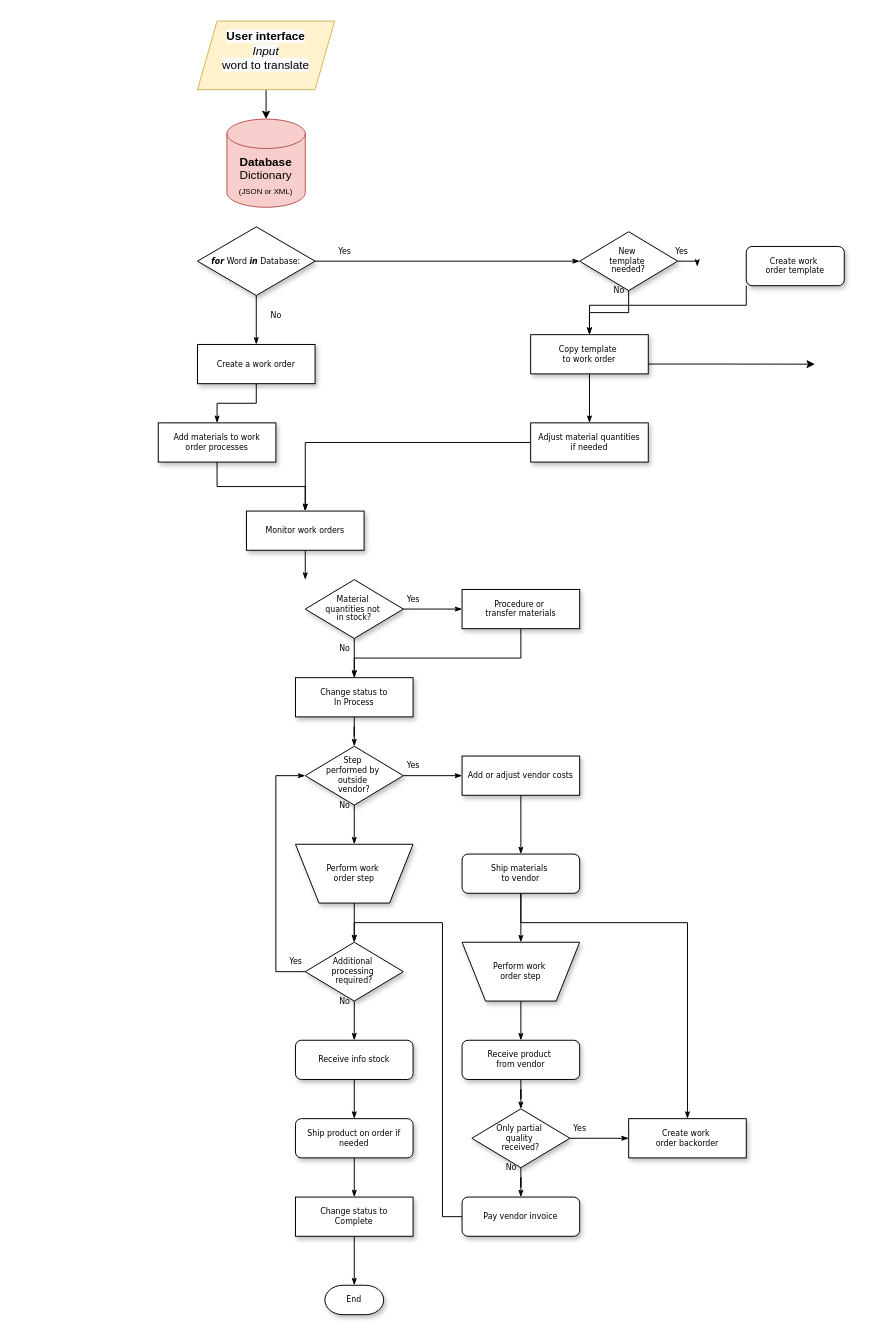
Earlier version of the draw.io diagram Untitled Diagram.drawio (DanZech/45-Learning-Code). Source tidied: cells renumbered, new cells numbered last; positions are measured from the earlier drawing's top-left corner, leaving out a move shared by most shapes. Both pictures are drawn from the tidied source at 98%, with x=0, y=0 at pixel (158, 21).
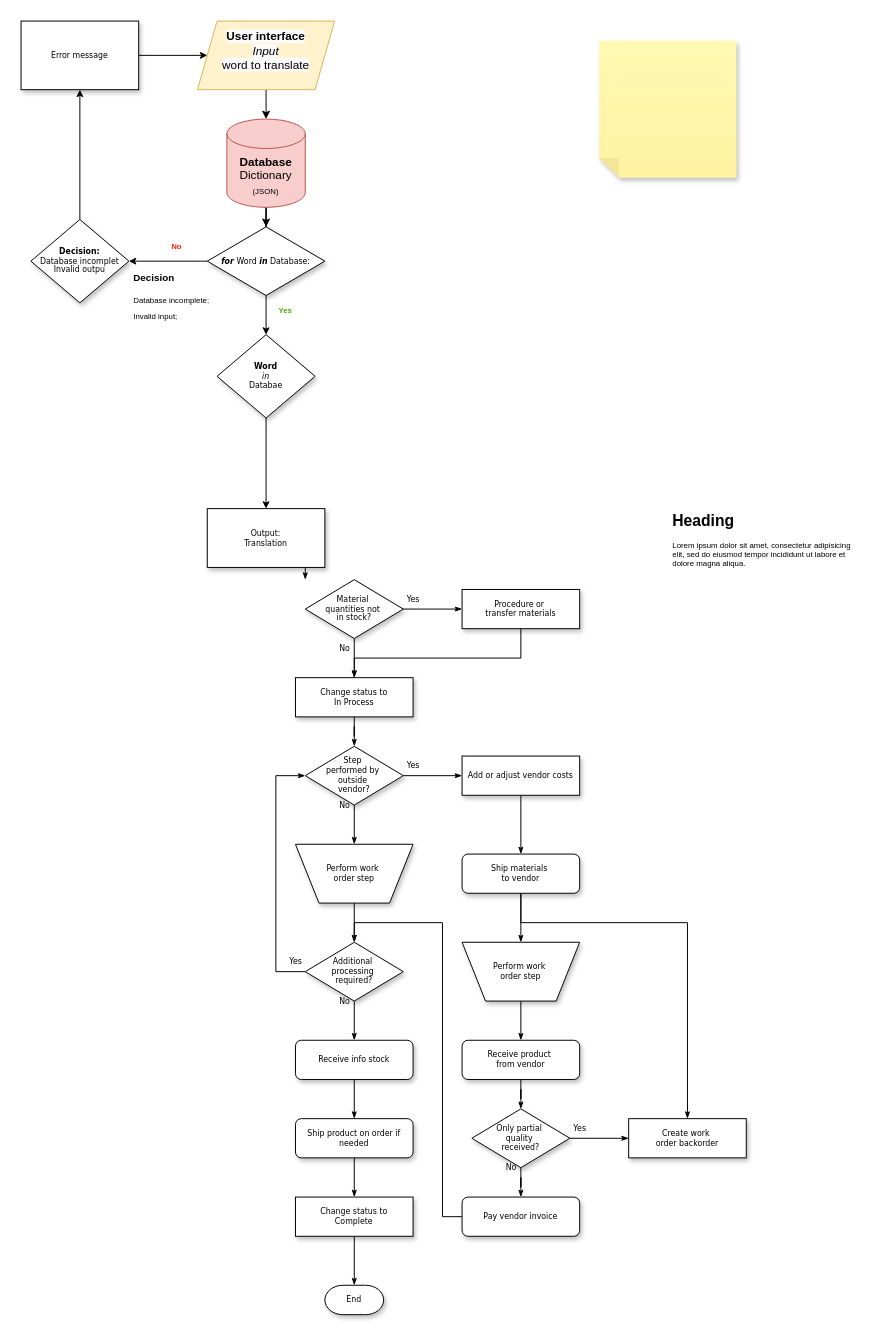
Above is the later version.

The change refers to these unchanged cells:
```xml
<mxCell id="60" value="&#10;&lt;b style=&quot;border-color: var(--border-color); color: rgb(0, 0, 0); font-family: Helvetica; font-size: 12px; font-style: normal; font-variant-ligatures: normal; font-variant-caps: normal; letter-spacing: normal; orphans: 2; text-align: center; text-indent: 0px; text-transform: none; widows: 2; word-spacing: 0px; -webkit-text-stroke-width: 0px; background-color: rgb(251, 251, 251); text-decoration-thickness: initial; text-decoration-style: initial; text-decoration-color: initial;&quot;&gt;User interface&lt;/b&gt;&lt;br style=&quot;border-color: var(--border-color); color: rgb(0, 0, 0); font-family: Helvetica; font-size: 12px; font-style: normal; font-variant-ligatures: normal; font-variant-caps: normal; font-weight: 400; letter-spacing: normal; orphans: 2; text-align: center; text-indent: 0px; text-transform: none; widows: 2; word-spacing: 0px; -webkit-text-stroke-width: 0px; background-color: rgb(251, 251, 251); text-decoration-thickness: initial; text-decoration-style: initial; text-decoration-color: initial;&quot;&gt;&lt;i style=&quot;border-color: var(--border-color); color: rgb(0, 0, 0); font-family: Helvetica; font-size: 12px; font-variant-ligatures: normal; font-variant-caps: normal; font-weight: 400; letter-spacing: normal; orphans: 2; text-align: center; text-indent: 0px; text-transform: none; widows: 2; word-spacing: 0px; -webkit-text-stroke-width: 0px; background-color: rgb(251, 251, 251); text-decoration-thickness: initial; text-decoration-style: initial; text-decoration-color: initial;&quot;&gt;Input&lt;/i&gt;&lt;span style=&quot;color: rgb(0, 0, 0); font-family: Helvetica; font-size: 12px; font-style: normal; font-variant-ligatures: normal; font-variant-caps: normal; font-weight: 400; letter-spacing: normal; orphans: 2; text-align: center; text-indent: 0px; text-transform: none; widows: 2; word-spacing: 0px; -webkit-text-stroke-width: 0px; background-color: rgb(251, 251, 251); text-decoration-thickness: initial; text-decoration-style: initial; text-decoration-color: initial; float: none; display: inline !important;&quot;&gt;&lt;/span&gt;&lt;br style=&quot;border-color: var(--border-color); color: rgb(0, 0, 0); font-family: Helvetica; font-size: 12px; font-style: normal; font-variant-ligatures: normal; font-variant-caps: normal; font-weight: 400; letter-spacing: normal; orphans: 2; text-align: center; text-indent: 0px; text-transform: none; widows: 2; word-spacing: 0px; -webkit-text-stroke-width: 0px; background-color: rgb(251, 251, 251); text-decoration-thickness: initial; text-decoration-style: initial; text-decoration-color: initial;&quot;&gt;&lt;span style=&quot;color: rgb(0, 0, 0); font-family: Helvetica; font-size: 12px; font-style: normal; font-variant-ligatures: normal; font-variant-caps: normal; font-weight: 400; letter-spacing: normal; orphans: 2; text-align: center; text-indent: 0px; text-transform: none; widows: 2; word-spacing: 0px; -webkit-text-stroke-width: 0px; background-color: rgb(251, 251, 251); text-decoration-thickness: initial; text-decoration-style: initial; text-decoration-color: initial; float: none; display: inline !important;&quot;&gt;word to translate&lt;/span&gt;&#10;&#10;" style="shape=parallelogram;perimeter=parallelogramPerimeter;whiteSpace=wrap;html=1;fixedSize=1;fontSize=8;fillColor=#fff2cc;strokeColor=#d6b656;" parent="1" vertex="1">
  <mxGeometry x="40" width="140" height="70" as="geometry" />
</mxCell>
```

Diff of the diagram source:
```diff
@@
-    <mxCell id="2" value="Yes" style="edgeStyle=orthogonalEdgeStyle;rounded=0;html=1;labelBackgroundColor=none;startSize=5;endArrow=classicThin;endFill=1;endSize=5;jettySize=auto;strokeWidth=1;fontFamily=Verdana;fontSize=8;" parent="1" edge="1" source="4" target="7">
-      <mxGeometry x="-0.78" y="10" relative="1" as="geometry" />
-    </mxCell>
-    <mxCell id="3" value="No" style="edgeStyle=orthogonalEdgeStyle;rounded=0;html=1;labelBackgroundColor=none;startSize=5;endArrow=classicThin;endFill=1;endSize=5;jettySize=auto;strokeWidth=1;fontFamily=Verdana;fontSize=8;" parent="1" edge="1" source="4" target="11">
-      <mxGeometry x="-0.2" y="20" relative="1" as="geometry" />
-    </mxCell>
+    <mxCell id="61" style="edgeStyle=orthogonalEdgeStyle;rounded=0;jettySize=auto;html=1;shadow=0;fontSize=8;endSize=5;" parent="1" edge="1" source="4" target="67">
+      <mxGeometry relative="1" as="geometry" />
+    </mxCell>
+    <mxCell id="62" style="edgeStyle=orthogonalEdgeStyle;rounded=0;jettySize=auto;html=1;shadow=0;fontSize=10;endSize=5;" parent="1" edge="1" source="4" target="73">
+      <mxGeometry relative="1" as="geometry" />
+    </mxCell>
     <mxCell id="4" value="&amp;nbsp;&lt;b&gt;&lt;i&gt;for&amp;nbsp;&lt;/i&gt;&lt;/b&gt;Word &lt;b style=&quot;font-style: italic;&quot;&gt;in&lt;/b&gt;&amp;nbsp;Database:&lt;i&gt;&amp;nbsp;&lt;/i&gt;" style="rhombus;whiteSpace=wrap;html=1;rounded=0;shadow=1;labelBackgroundColor=none;strokeWidth=1;fontFamily=Verdana;fontSize=8;align=center;" parent="1" vertex="1">
-      <mxGeometry x="40" y="210" width="120" height="70" as="geometry" />
+      <mxGeometry x="50" y="210" width="120" height="70" as="geometry" />
     </mxCell>
-    <mxCell id="5" value="Yes" style="edgeStyle=orthogonalEdgeStyle;rounded=0;html=1;labelBackgroundColor=none;startSize=5;endArrow=classicThin;endFill=1;endSize=5;jettySize=auto;strokeWidth=1;fontFamily=Verdana;fontSize=8;" parent="1" edge="1" source="7">
-      <mxGeometry x="-0.67" y="10" relative="1" as="geometry">
-        <mxPoint x="550" y="250" as="targetPoint" />
-      </mxGeometry>
-    </mxCell>
-    <mxCell id="6" value="No" style="edgeStyle=orthogonalEdgeStyle;rounded=0;html=1;labelBackgroundColor=none;startSize=5;endArrow=classicThin;endFill=1;endSize=5;jettySize=auto;strokeWidth=1;fontFamily=Verdana;fontSize=8;" parent="1" edge="1" source="7" target="14">
-      <mxGeometry x="-1" y="-10" relative="1" as="geometry" />
-    </mxCell>
-    <mxCell id="7" value="New&amp;nbsp;&lt;div&gt;template&amp;nbsp;&lt;/div&gt;&lt;div&gt;needed?&lt;/div&gt;" style="rhombus;whiteSpace=wrap;html=1;rounded=0;shadow=1;labelBackgroundColor=none;strokeWidth=1;fontFamily=Verdana;fontSize=8;align=center;" parent="1" vertex="1">
-      <mxGeometry x="430" y="215" width="100" height="60" as="geometry" />
-    </mxCell>
-    <mxCell id="8" style="edgeStyle=orthogonalEdgeStyle;rounded=0;html=1;labelBackgroundColor=none;startSize=5;endArrow=classicThin;endFill=1;endSize=5;jettySize=auto;strokeWidth=1;fontFamily=Verdana;fontSize=8;" parent="1" edge="1" target="14">
-      <mxGeometry relative="1" as="geometry">
-        <mxPoint x="600" y="270" as="sourcePoint" />
-        <Array as="points">
-          <mxPoint x="600" y="290" />
-          <mxPoint x="440" y="290" />
-        </Array>
-      </mxGeometry>
-    </mxCell>
-    <mxCell id="9" value="Create work&amp;nbsp;&lt;div&gt;order template&lt;/div&gt;" style="rounded=1;whiteSpace=wrap;html=1;shadow=1;labelBackgroundColor=none;strokeWidth=1;fontFamily=Verdana;fontSize=8;align=center;" parent="1" vertex="1">
-      <mxGeometry x="600" y="230" width="100" height="40" as="geometry" />
-    </mxCell>
-    <mxCell id="10" style="edgeStyle=orthogonalEdgeStyle;rounded=0;html=1;labelBackgroundColor=none;startSize=5;endArrow=classicThin;endFill=1;endSize=5;jettySize=auto;strokeWidth=1;fontFamily=Verdana;fontSize=8;" parent="1" edge="1" source="11" target="16">
-      <mxGeometry relative="1" as="geometry" />
-    </mxCell>
-    <mxCell id="11" value="Create a work order" style="whiteSpace=wrap;html=1;rounded=0;shadow=1;labelBackgroundColor=none;strokeWidth=1;fontFamily=Verdana;fontSize=8;align=center;" parent="1" vertex="1">
-      <mxGeometry x="40" y="330" width="120" height="40" as="geometry" />
-    </mxCell>
-    <mxCell id="12" style="edgeStyle=orthogonalEdgeStyle;rounded=0;html=1;labelBackgroundColor=none;startSize=5;endArrow=classicThin;endFill=1;endSize=5;jettySize=auto;strokeWidth=1;fontFamily=Verdana;fontSize=8;" parent="1" edge="1" source="14" target="18">
-      <mxGeometry relative="1" as="geometry" />
-    </mxCell>
-    <mxCell id="13" style="edgeStyle=orthogonalEdgeStyle;rounded=0;jettySize=auto;html=1;exitX=1;exitY=0.75;exitDx=0;exitDy=0;fontSize=8;" parent="1" edge="1" source="14">
-      <mxGeometry relative="1" as="geometry">
-        <mxPoint x="670" y="350.1" as="targetPoint" />
-      </mxGeometry>
-    </mxCell>
-    <mxCell id="14" value="Copy template&amp;nbsp;&lt;div&gt;to work order&lt;/div&gt;" style="whiteSpace=wrap;html=1;rounded=0;shadow=1;labelBackgroundColor=none;strokeWidth=1;fontFamily=Verdana;fontSize=8;align=center;" parent="1" vertex="1">
-      <mxGeometry x="380" y="320" width="120" height="40" as="geometry" />
-    </mxCell>
-    <mxCell id="15" style="edgeStyle=orthogonalEdgeStyle;rounded=0;html=1;labelBackgroundColor=none;startSize=5;endArrow=classicThin;endFill=1;endSize=5;jettySize=auto;strokeWidth=1;fontFamily=Verdana;fontSize=8;" parent="1" edge="1" source="16" target="20">
-      <mxGeometry relative="1" as="geometry" />
-    </mxCell>
-    <mxCell id="16" value="Add materials to work order processes" style="whiteSpace=wrap;html=1;rounded=0;shadow=1;labelBackgroundColor=none;strokeWidth=1;fontFamily=Verdana;fontSize=8;align=center;spacing=6;" parent="1" vertex="1">
-      <mxGeometry y="410" width="120" height="40" as="geometry" />
-    </mxCell>
-    <mxCell id="17" style="edgeStyle=orthogonalEdgeStyle;rounded=0;html=1;labelBackgroundColor=none;startSize=5;endArrow=classicThin;endFill=1;endSize=5;jettySize=auto;strokeWidth=1;fontFamily=Verdana;fontSize=8;" parent="1" edge="1" source="18" target="20">
-      <mxGeometry relative="1" as="geometry" />
-    </mxCell>
-    <mxCell id="18" value="Adjust material quantities if needed" style="whiteSpace=wrap;html=1;rounded=0;shadow=1;labelBackgroundColor=none;strokeWidth=1;fontFamily=Verdana;fontSize=8;align=center;spacing=6;" parent="1" vertex="1">
-      <mxGeometry x="380" y="410" width="120" height="40" as="geometry" />
-    </mxCell>
-    <mxCell id="19" style="edgeStyle=orthogonalEdgeStyle;rounded=0;html=1;labelBackgroundColor=none;startSize=5;endArrow=classicThin;endFill=1;endSize=5;jettySize=auto;strokeWidth=1;fontFamily=Verdana;fontSize=8;" parent="1" edge="1" source="20">
+    <mxCell id="19" style="edgeStyle=orthogonalEdgeStyle;rounded=0;html=1;labelBackgroundColor=none;startSize=5;endArrow=classicThin;endFill=1;endSize=5;jettySize=auto;orthogonalLoop=1;strokeWidth=1;fontFamily=Verdana;fontSize=8;" parent="1" edge="1">
       <mxGeometry relative="1" as="geometry">
+        <mxPoint x="150" y="540" as="sourcePoint" />
         <mxPoint x="150" y="570" as="targetPoint" />
       </mxGeometry>
     </mxCell>
-    <mxCell id="20" value="Monitor work orders" style="whiteSpace=wrap;html=1;rounded=0;shadow=1;labelBackgroundColor=none;strokeWidth=1;fontFamily=Verdana;fontSize=8;align=center;" parent="1" vertex="1">
-      <mxGeometry x="90" y="500" width="120" height="40" as="geometry" />
-    </mxCell>
@@
+    <mxCell id="63" style="edgeStyle=orthogonalEdgeStyle;rounded=0;jettySize=auto;html=1;fontSize=8;" parent="1" edge="1" source="59" target="4">
+      <mxGeometry relative="1" as="geometry" />
+    </mxCell>
-    <mxCell id="59" value="&lt;b&gt;Database&lt;/b&gt;&lt;br&gt;Dictionary&lt;br&gt;&lt;font style=&quot;font-size: 8px;&quot;&gt;(JSON or XML)&lt;/font&gt;&lt;br&gt;" style="shape=cylinder3;whiteSpace=wrap;html=1;boundedLbl=1;backgroundOutline=1;size=15;fillColor=#f8cecc;strokeColor=#b85450;" parent="1" vertex="1">
+    <mxCell id="59" value="&lt;b&gt;Database&lt;/b&gt;&lt;br&gt;Dictionary&lt;br&gt;&lt;font style=&quot;font-size: 8px;&quot;&gt;(JSON)&lt;/font&gt;" style="shape=cylinder3;whiteSpace=wrap;html=1;boundedLbl=1;backgroundOutline=1;size=15;fillColor=#f8cecc;strokeColor=#b85450;" parent="1" vertex="1">
       <mxGeometry x="70" y="100" width="80" height="90" as="geometry" />
     </mxCell>
@@
+    <mxCell id="64" style="shape=note;whiteSpace=wrap;html=1;backgroundOutline=1;fontColor=#000000;darkOpacity=0.05;fillColor=#FFF9B2;strokeColor=none;fillStyle=solid;direction=west;gradientDirection=north;gradientColor=#FFF2A1;shadow=1;size=20;fontSize=8;" parent="1" vertex="1">
+      <mxGeometry x="450" y="20" width="140" height="140" as="geometry" />
+    </mxCell>
+    <mxCell id="65" value="&lt;h1&gt;Heading&lt;/h1&gt;&lt;p&gt;Lorem ipsum dolor sit amet, consectetur adipisicing elit, sed do eiusmod tempor incididunt ut labore et dolore magna aliqua.&lt;/p&gt;" style="text;html=1;strokeColor=none;fillColor=none;spacing=5;spacingTop=-20;whiteSpace=wrap;overflow=hidden;rounded=0;fontSize=8;" parent="1" vertex="1">
+      <mxGeometry x="520" y="500" width="190" height="120" as="geometry" />
+    </mxCell>
+    <mxCell id="66" style="edgeStyle=orthogonalEdgeStyle;rounded=0;jettySize=auto;html=1;shadow=0;fontSize=10;endSize=5;" parent="1" edge="1" source="67" target="71">
+      <mxGeometry relative="1" as="geometry" />
+    </mxCell>
+    <mxCell id="67" value="&lt;b&gt;Decision:&lt;/b&gt;&lt;br&gt;Database incomplet&lt;br&gt;Invalid outpu" style="rhombus;whiteSpace=wrap;html=1;fontSize=8;fontFamily=Verdana;rounded=0;shadow=1;labelBackgroundColor=none;strokeWidth=1;" parent="1" vertex="1">
+      <mxGeometry x="-130" y="202.5" width="100" height="85" as="geometry" />
+    </mxCell>
+    <mxCell id="68" value="No" style="text;html=1;strokeColor=none;fillColor=none;align=center;verticalAlign=middle;whiteSpace=wrap;rounded=0;fontSize=8;fontColor=#f62109;fontStyle=1;" parent="1" vertex="1">
+      <mxGeometry x="-11" y="215" width="60" height="30" as="geometry" />
+    </mxCell>
+    <mxCell id="69" value="&lt;h1&gt;&lt;font style=&quot;font-size: 10px;&quot;&gt;Decision&lt;/font&gt;&lt;/h1&gt;&lt;p&gt;Database incomplete;&lt;/p&gt;&lt;p&gt;Invalid input;&lt;/p&gt;" style="text;html=1;strokeColor=none;fillColor=none;spacing=5;spacingTop=-20;whiteSpace=wrap;overflow=hidden;rounded=0;fontSize=8;" parent="1" vertex="1">
+      <mxGeometry x="-30" y="250" width="100" height="70" as="geometry" />
+    </mxCell>
+    <mxCell id="70" style="edgeStyle=orthogonalEdgeStyle;rounded=0;jettySize=auto;html=1;shadow=0;fontSize=10;endSize=5;" parent="1" edge="1" source="71" target="60">
+      <mxGeometry relative="1" as="geometry" />
+    </mxCell>
+    <mxCell id="71" value="Error message" style="rounded=0;whiteSpace=wrap;html=1;fontSize=8;fontFamily=Verdana;shadow=1;labelBackgroundColor=none;strokeWidth=1;" parent="1" vertex="1">
+      <mxGeometry x="-140" width="120" height="70" as="geometry" />
+    </mxCell>
+    <mxCell id="72" style="edgeStyle=orthogonalEdgeStyle;rounded=0;jettySize=auto;html=1;shadow=0;fontSize=10;fontColor=#4eac02;endSize=5;" parent="1" edge="1" source="73" target="75">
+      <mxGeometry relative="1" as="geometry" />
+    </mxCell>
+    <mxCell id="73" value="&lt;b&gt;Word&lt;/b&gt;&lt;br&gt;&lt;i&gt;in&lt;br&gt;&lt;/i&gt;Databae" style="rhombus;whiteSpace=wrap;html=1;fontSize=8;fontFamily=Verdana;rounded=0;shadow=1;labelBackgroundColor=none;strokeWidth=1;" parent="1" vertex="1">
+      <mxGeometry x="60" y="320" width="100" height="85" as="geometry" />
+    </mxCell>
+    <mxCell id="74" value="Yes" style="text;html=1;strokeColor=none;fillColor=none;align=center;verticalAlign=middle;whiteSpace=wrap;rounded=0;fontSize=8;fontColor=#4eac02;fontStyle=1;" parent="1" vertex="1">
+      <mxGeometry x="100" y="280" width="60" height="30" as="geometry" />
+    </mxCell>
+    <mxCell id="75" value="Output:&lt;br&gt;Translation" style="rounded=0;whiteSpace=wrap;html=1;fontSize=8;fontFamily=Verdana;shadow=1;labelBackgroundColor=none;strokeWidth=1;" parent="1" vertex="1">
+      <mxGeometry x="50" y="497.5" width="120" height="60" as="geometry" />
+    </mxCell>
```
